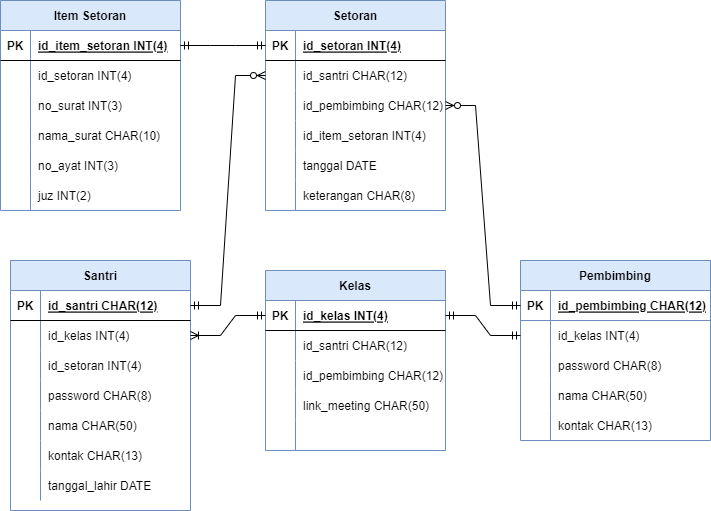
This is pertemuan 3/Pertemuan3_ERD.drawio.png from nentinur/IF214002, a draw.io export, as it was before one commit. Source tidied: cells renumbered, new cells last; positions are measured from the earlier drawing's top-left corner, leaving out a move shared by most shapes.
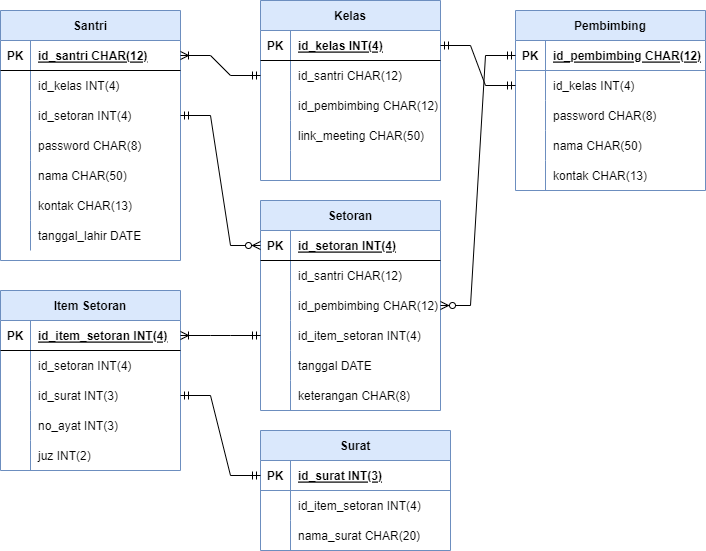
The same diagram one commit later.

What changed in the source:
```diff
@@ -3,7 +3,7 @@
     <mxCell id="0" />
     <mxCell id="1" parent="0" />
     <mxCell id="2" value="Santri" style="shape=table;startSize=30;rowLines=0;fontStyle=1;align=center;fillColor=#dae8fc;strokeColor=#6c8ebf;" parent="1" vertex="1">
-      <mxGeometry x="10" y="260" width="180" height="250" as="geometry" />
+      <mxGeometry x="55" y="-110" width="180" height="250" as="geometry" />
     </mxCell>
     <mxCell id="3" style="shape=tableRow;horizontal=0;startSize=0;swimlaneHead=0;swimlaneBody=0;fillColor=none;points=[[0,0.5],[1,0.5]];portConstraint=eastwest;top=0;left=0;right=0;bottom=1;" parent="2" vertex="1">
       <mxGeometry y="30" width="180" height="30" as="geometry" />
@@ -69,7 +69,7 @@
       <mxGeometry x="30" width="150" height="30" as="geometry" />
     </mxCell>
     <mxCell id="24" value="Kelas" style="shape=table;startSize=30;rowLines=0;fontStyle=1;align=center;fillColor=#dae8fc;strokeColor=#6c8ebf;" parent="1" vertex="1">
-      <mxGeometry x="265" y="270" width="180" height="180" as="geometry" />
+      <mxGeometry x="315" y="-120" width="180" height="180" as="geometry" />
     </mxCell>
     <mxCell id="25" style="shape=tableRow;horizontal=0;startSize=0;swimlaneHead=0;swimlaneBody=0;fillColor=none;points=[[0,0.5],[1,0.5]];portConstraint=eastwest;top=0;left=0;right=0;bottom=1;" parent="24" vertex="1">
       <mxGeometry y="30" width="180" height="30" as="geometry" />
@@ -117,7 +117,7 @@
       <mxGeometry x="30" width="150" height="30" as="geometry" />
     </mxCell>
     <mxCell id="40" value="Pembimbing" style="shape=table;startSize=30;rowLines=0;fontStyle=1;align=center;fillColor=#dae8fc;strokeColor=#6c8ebf;" parent="1" vertex="1">
-      <mxGeometry x="520" y="260" width="190" height="180" as="geometry" />
+      <mxGeometry x="570" y="-110" width="190" height="180" as="geometry" />
     </mxCell>
     <mxCell id="41" style="shape=tableRow;horizontal=0;startSize=0;swimlaneHead=0;swimlaneBody=0;fillColor=none;points=[[0,0.5],[1,0.5]];portConstraint=eastwest;top=0;left=0;right=0;bottom=1;strokeColor=#6c8ebf;gradientColor=#ffffff;" parent="40" vertex="1">
       <mxGeometry y="30" width="190" height="30" as="geometry" />
@@ -165,7 +165,7 @@
       <mxGeometry x="30" width="160" height="30" as="geometry" />
     </mxCell>
     <mxCell id="56" value="Setoran" style="shape=table;startSize=30;rowLines=0;fontStyle=1;align=center;fillColor=#dae8fc;strokeColor=#6c8ebf;" parent="1" vertex="1">
-      <mxGeometry x="265" width="180" height="210" as="geometry" />
+      <mxGeometry x="315" y="80" width="180" height="210" as="geometry" />
     </mxCell>
     <mxCell id="57" style="shape=tableRow;horizontal=0;startSize=0;swimlaneHead=0;swimlaneBody=0;fillColor=none;points=[[0,0.5],[1,0.5]];portConstraint=eastwest;top=0;left=0;right=0;bottom=1;" parent="56" vertex="1">
       <mxGeometry y="30" width="180" height="30" as="geometry" />
@@ -222,7 +222,7 @@
       <mxGeometry x="30" width="150" height="30" as="geometry" />
     </mxCell>
     <mxCell id="75" value="Item Setoran" style="shape=table;startSize=30;rowLines=0;fontStyle=1;align=center;fillColor=#dae8fc;strokeColor=#6c8ebf;" parent="1" vertex="1">
-      <mxGeometry width="180" height="210" as="geometry" />
+      <mxGeometry x="55" y="170" width="180" height="180" as="geometry" />
     </mxCell>
     <mxCell id="76" style="shape=tableRow;horizontal=0;startSize=0;swimlaneHead=0;swimlaneBody=0;fillColor=none;points=[[0,0.5],[1,0.5]];portConstraint=eastwest;top=0;left=0;right=0;bottom=1;" parent="75" vertex="1">
       <mxGeometry y="30" width="180" height="30" as="geometry" />
@@ -248,20 +248,11 @@
     <mxCell id="83" style="shape=partialRectangle;fillColor=none;top=0;left=0;bottom=0;right=0;overflow=hidden;" parent="82" vertex="1">
       <mxGeometry width="30" height="30" as="geometry" />
     </mxCell>
-    <mxCell id="84" value="no_surat INT(3)" style="shape=partialRectangle;fillColor=none;top=0;left=0;bottom=0;right=0;align=left;spacingLeft=6;overflow=hidden;" parent="82" vertex="1">
+    <mxCell id="84" value="id_surat INT(3)" style="shape=partialRectangle;fillColor=none;top=0;left=0;bottom=0;right=0;align=left;spacingLeft=6;overflow=hidden;" parent="82" vertex="1">
       <mxGeometry x="30" width="150" height="30" as="geometry" />
     </mxCell>
-    <mxCell id="85" style="shape=tableRow;horizontal=0;startSize=0;swimlaneHead=0;swimlaneBody=0;fillColor=none;top=0;left=0;right=0;bottom=0;" parent="75" vertex="1">
-      <mxGeometry y="120" width="180" height="30" as="geometry" />
-    </mxCell>
-    <mxCell id="86" style="shape=partialRectangle;fillColor=none;top=0;left=0;bottom=0;right=0;overflow=hidden;" parent="85" vertex="1">
-      <mxGeometry width="30" height="30" as="geometry" />
-    </mxCell>
-    <mxCell id="87" value="nama_surat CHAR(10)" style="shape=partialRectangle;fillColor=none;top=0;left=0;bottom=0;right=0;align=left;spacingLeft=6;overflow=hidden;" parent="85" vertex="1">
-      <mxGeometry x="30" width="150" height="30" as="geometry" />
-    </mxCell>
     <mxCell id="88" style="shape=tableRow;horizontal=0;startSize=0;swimlaneHead=0;swimlaneBody=0;fillColor=none;top=0;left=0;right=0;bottom=0;" parent="75" vertex="1">
-      <mxGeometry y="150" width="180" height="30" as="geometry" />
+      <mxGeometry y="120" width="180" height="30" as="geometry" />
     </mxCell>
     <mxCell id="89" style="shape=partialRectangle;fillColor=none;top=0;left=0;bottom=0;right=0;overflow=hidden;" parent="88" vertex="1">
       <mxGeometry width="30" height="30" as="geometry" />
@@ -270,7 +261,7 @@
       <mxGeometry x="30" width="150" height="30" as="geometry" />
     </mxCell>
     <mxCell id="91" style="shape=tableRow;horizontal=0;startSize=0;swimlaneHead=0;swimlaneBody=0;fillColor=none;top=0;left=0;right=0;bottom=0;" parent="75" vertex="1">
-      <mxGeometry y="180" width="180" height="30" as="geometry" />
+      <mxGeometry y="150" width="180" height="30" as="geometry" />
     </mxCell>
     <mxCell id="92" style="shape=partialRectangle;fillColor=none;top=0;left=0;bottom=0;right=0;overflow=hidden;" parent="91" vertex="1">
       <mxGeometry width="30" height="30" as="geometry" />
@@ -278,20 +269,53 @@
     <mxCell id="93" value="juz INT(2)" style="shape=partialRectangle;fillColor=none;top=0;left=0;bottom=0;right=0;align=left;spacingLeft=6;overflow=hidden;" parent="91" vertex="1">
       <mxGeometry x="30" width="150" height="30" as="geometry" />
     </mxCell>
-    <mxCell id="94" style="edgeStyle=entityRelationEdgeStyle;fontSize=12;html=1;endArrow=ERoneToMany;startArrow=ERmandOne;rounded=0;exitX=0;exitY=0.5;exitDx=0;exitDy=0;entryX=1;entryY=0.5;entryDx=0;entryDy=0;" parent="1" edge="1" source="25" target="6">
-      <mxGeometry relative="1" as="geometry" />
-    </mxCell>
+    <mxCell id="99" value="Surat" style="shape=table;startSize=30;rowLines=0;fontStyle=1;align=center;fillColor=#dae8fc;strokeColor=#6c8ebf;" parent="1" vertex="1">
+      <mxGeometry x="315" y="310" width="190" height="120" as="geometry" />
+    </mxCell>
+    <mxCell id="100" style="shape=tableRow;horizontal=0;startSize=0;swimlaneHead=0;swimlaneBody=0;fillColor=none;points=[[0,0.5],[1,0.5]];portConstraint=eastwest;top=0;left=0;right=0;bottom=1;strokeColor=#6c8ebf;gradientColor=#ffffff;" parent="99" vertex="1">
+      <mxGeometry y="30" width="190" height="30" as="geometry" />
+    </mxCell>
+    <mxCell id="101" value="PK" style="shape=partialRectangle;fillColor=none;top=0;left=0;bottom=0;right=0;fontStyle=1;overflow=hidden;" parent="100" vertex="1">
+      <mxGeometry width="30" height="30" as="geometry" />
+    </mxCell>
+    <mxCell id="102" value="id_surat INT(3)" style="shape=partialRectangle;fillColor=none;top=0;left=0;bottom=0;right=0;align=left;spacingLeft=6;fontStyle=5;overflow=hidden;" parent="100" vertex="1">
+      <mxGeometry x="30" width="160" height="30" as="geometry" />
+    </mxCell>
+    <mxCell id="103" style="shape=tableRow;horizontal=0;startSize=0;swimlaneHead=0;swimlaneBody=0;fillColor=none;top=0;left=0;right=0;bottom=0;" parent="99" vertex="1">
+      <mxGeometry y="60" width="190" height="30" as="geometry" />
+    </mxCell>
+    <mxCell id="104" style="shape=partialRectangle;fillColor=none;top=0;left=0;bottom=0;right=0;overflow=hidden;" parent="103" vertex="1">
+      <mxGeometry width="30" height="30" as="geometry" />
+    </mxCell>
+    <mxCell id="105" value="id_item_setoran INT(4)" style="shape=partialRectangle;fillColor=none;top=0;left=0;bottom=0;right=0;align=left;spacingLeft=6;overflow=hidden;" parent="103" vertex="1">
+      <mxGeometry x="30" width="160" height="30" as="geometry" />
+    </mxCell>
+    <mxCell id="106" style="shape=tableRow;horizontal=0;startSize=0;swimlaneHead=0;swimlaneBody=0;fillColor=none;top=0;left=0;right=0;bottom=0;" parent="99" vertex="1">
+      <mxGeometry y="90" width="190" height="30" as="geometry" />
+    </mxCell>
+    <mxCell id="107" style="shape=partialRectangle;fillColor=none;top=0;left=0;bottom=0;right=0;overflow=hidden;" parent="106" vertex="1">
+      <mxGeometry width="30" height="30" as="geometry" />
+    </mxCell>
+    <mxCell id="108" value="nama_surat CHAR(20)" style="shape=partialRectangle;fillColor=none;top=0;left=0;bottom=0;right=0;align=left;spacingLeft=6;overflow=hidden;" parent="106" vertex="1">
+      <mxGeometry x="30" width="160" height="30" as="geometry" />
+    </mxCell>
+    <mxCell id="109" style="edgeStyle=entityRelationEdgeStyle;fontSize=12;html=1;endArrow=ERmandOne;startArrow=ERmandOne;rounded=0;entryX=1;entryY=0.5;entryDx=0;entryDy=0;" parent="1" edge="1" source="100" target="82">
+      <mxGeometry relative="1" as="geometry" />
+    </mxCell>
+    <mxCell id="110" style="edgeStyle=entityRelationEdgeStyle;fontSize=12;html=1;endArrow=ERoneToMany;startArrow=ERmandOne;rounded=0;exitX=0;exitY=0.5;exitDx=0;exitDy=0;entryX=1;entryY=0.5;entryDx=0;entryDy=0;" parent="1" edge="1" source="66" target="76">
+      <mxGeometry relative="1" as="geometry" />
+    </mxCell>
+    <mxCell id="111" style="edgeStyle=entityRelationEdgeStyle;fontSize=12;html=1;endArrow=ERoneToMany;startArrow=ERmandOne;rounded=0;exitX=0;exitY=0.5;exitDx=0;exitDy=0;entryX=1;entryY=0.5;entryDx=0;entryDy=0;" parent="1" edge="1" source="28" target="3">
+      <mxGeometry relative="1" as="geometry" />
+    </mxCell>
     <mxCell id="95" style="edgeStyle=entityRelationEdgeStyle;fontSize=12;html=1;endArrow=ERmandOne;startArrow=ERmandOne;rounded=0;exitX=1;exitY=0.5;exitDx=0;exitDy=0;entryX=0;entryY=0.5;entryDx=0;entryDy=0;" parent="1" edge="1" source="25" target="44">
       <mxGeometry relative="1" as="geometry" />
     </mxCell>
-    <mxCell id="96" style="edgeStyle=entityRelationEdgeStyle;fontSize=12;html=1;endArrow=ERzeroToMany;startArrow=ERmandOne;rounded=0;exitX=1;exitY=0.5;exitDx=0;exitDy=0;entryX=0;entryY=0.5;entryDx=0;entryDy=0;" parent="1" edge="1" source="3" target="60">
-      <mxGeometry relative="1" as="geometry" />
-    </mxCell>
-    <mxCell id="97" style="edgeStyle=entityRelationEdgeStyle;fontSize=12;html=1;endArrow=ERmandOne;startArrow=ERmandOne;rounded=0;exitX=1;exitY=0.5;exitDx=0;exitDy=0;entryX=0;entryY=0.5;entryDx=0;entryDy=0;" parent="1" edge="1" source="76" target="57">
-      <mxGeometry relative="1" as="geometry" />
-    </mxCell>
-    <mxCell id="98" style="edgeStyle=entityRelationEdgeStyle;fontSize=12;html=1;endArrow=ERzeroToMany;startArrow=ERmandOne;rounded=0;exitX=0;exitY=0.5;exitDx=0;exitDy=0;entryX=1;entryY=0.5;entryDx=0;entryDy=0;" parent="1" edge="1" source="41" target="63">
+    <mxCell id="98" style="edgeStyle=entityRelationEdgeStyle;fontSize=12;html=1;endArrow=ERzeroToMany;startArrow=ERmandOne;rounded=0;exitX=0;exitY=0.5;exitDx=0;exitDy=0;" parent="1" edge="1" source="41" target="63">
       <mxGeometry relative="1" as="geometry" />
     </mxCell>
+    <mxCell id="112" style="edgeStyle=entityRelationEdgeStyle;fontSize=12;html=1;endArrow=ERzeroToMany;startArrow=ERmandOne;rounded=0;entryX=0;entryY=0.5;entryDx=0;entryDy=0;exitX=1;exitY=0.5;exitDx=0;exitDy=0;" parent="1" edge="1" source="9" target="57">
+      <mxGeometry relative="1" as="geometry" />
+    </mxCell>
   </root>
 </mxGraphModel>
```
